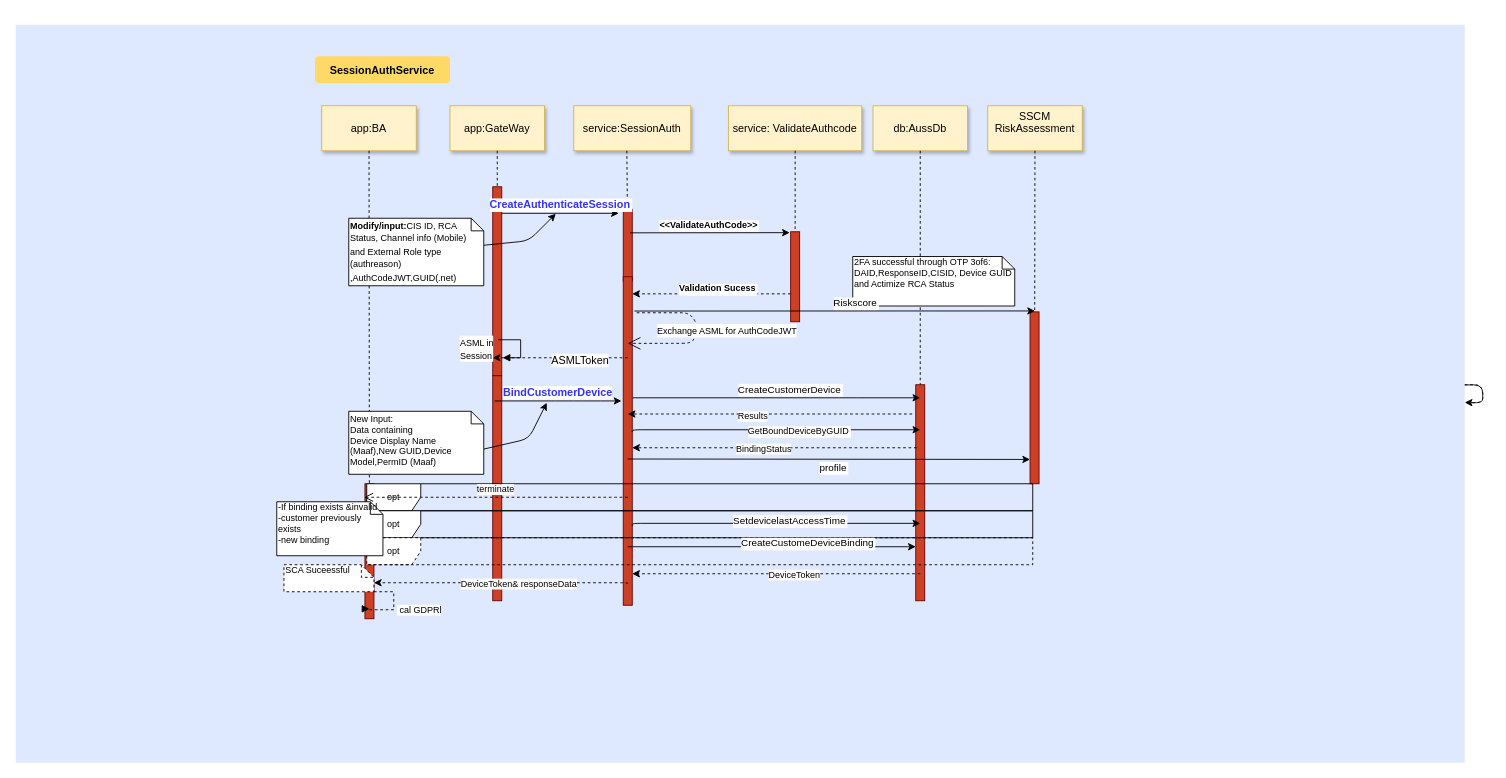
Janamsdn/AndTest keeps this draw.io diagram as Untitled Diagram.drawio. Above is the earlier version. Source tidied: cells renumbered, new cells numbered last; positions are measured from the earlier drawing's top-left corner, leaving out a move shared by most shapes. Both pictures are drawn from the tidied source at 90%, with x=0, y=0 at pixel (15, 24).
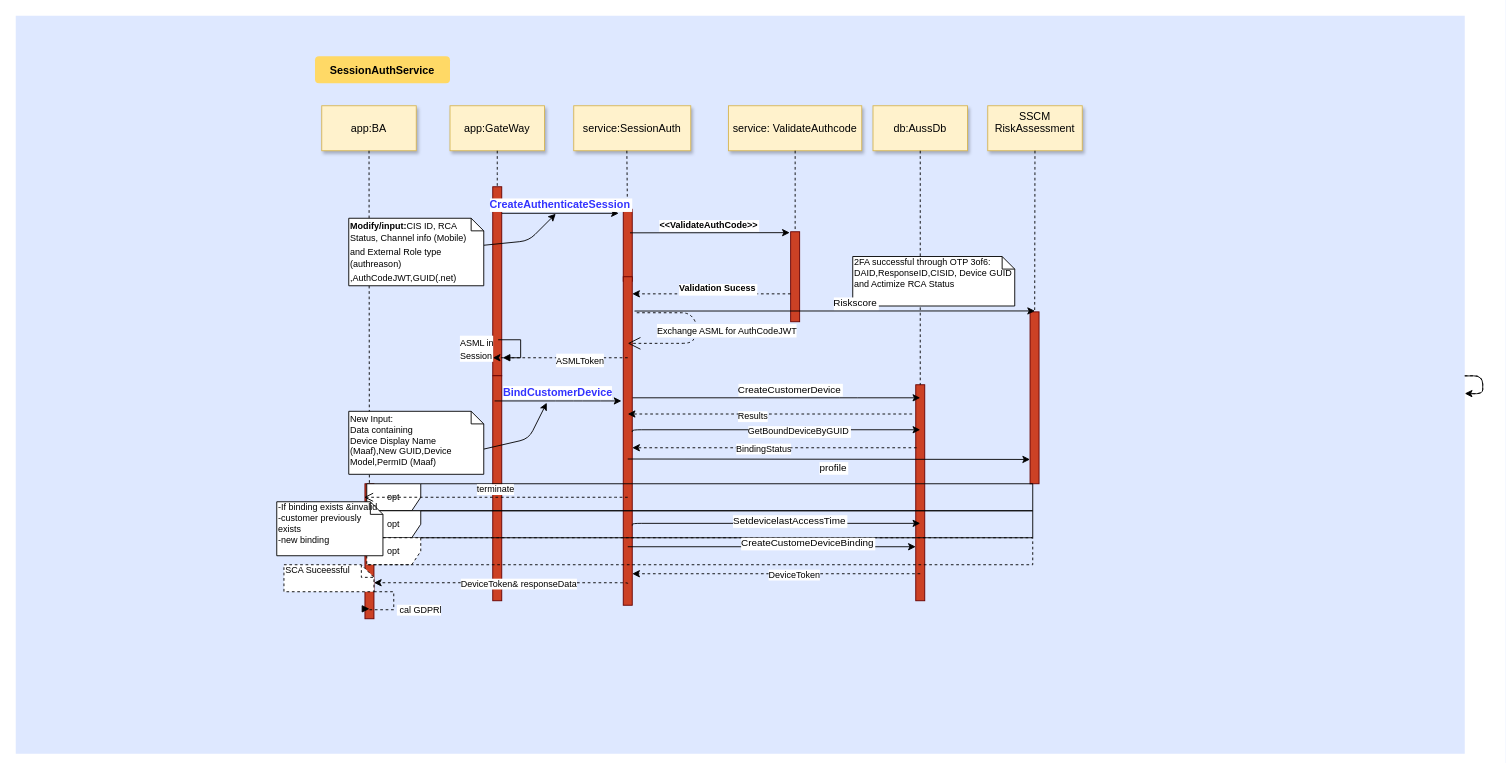
After the change.

The change refers to these unchanged cells:
```xml
<mxCell id="38" style="edgeStyle=elbowEdgeStyle;elbow=vertical;dashed=1;verticalLabelPosition=bottom;verticalAlign=top;jumpSize=5;fontSize=12;fontStyle=1;" parent="1" edge="1">
  <mxGeometry as="geometry">
    <mxPoint x="680" y="370" as="sourcePoint" />
    <mxPoint x="530" y="370" as="targetPoint" />
    <Array as="points">
      <mxPoint x="595" y="370" />
      <mxPoint x="545" y="370" />
      <mxPoint x="597" y="287.5" />
    </Array>
    <mxPoint x="-165" y="20" as="offset" />
  </mxGeometry>
</mxCell>
```

Change to the diagram source:
```diff
@@
     <mxCell id="2" style="fillColor=#DEE8FF;strokeColor=none;" parent="1" vertex="1">
-      <mxGeometry width="1610" height="820" as="geometry" />
+      <mxGeometry y="-10" width="1610" height="820" as="geometry" />
     </mxCell>
@@
-    <mxCell id="39" value="&lt;font style=&quot;font-size: 12px&quot;&gt;ASMLToken&lt;/font&gt;" style="text;html=1;align=center;verticalAlign=middle;labelBackgroundColor=#ffffff;fontSize=12;" parent="38" vertex="1">
+    <mxCell id="39" value="&lt;font style=&quot;font-size: 10px&quot;&gt;ASMLToken&lt;/font&gt;" style="text;html=1;align=center;verticalAlign=middle;labelBackgroundColor=#ffffff;fontSize=12;" parent="38" vertex="1">
       <mxGeometry relative="1" as="geometry">
         <mxPoint x="21" y="2" as="offset" />
       </mxGeometry>
     </mxCell>
```
